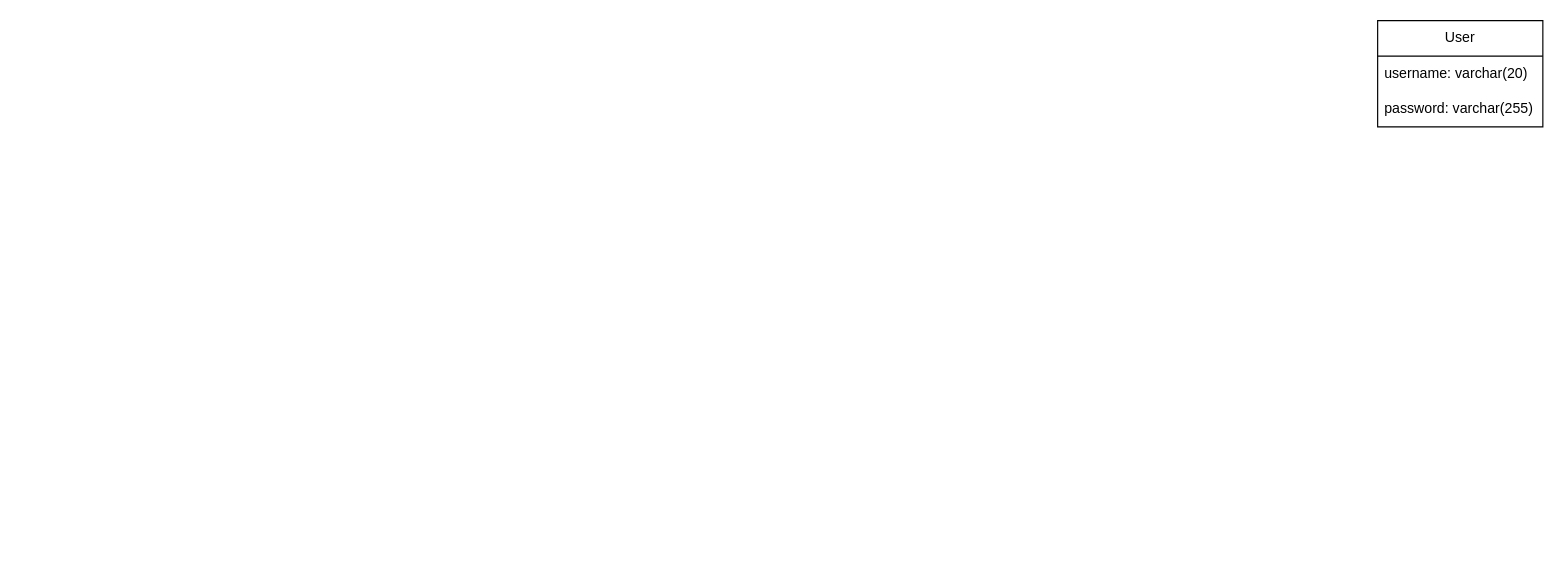
Before: drawio/datababe.drawio in Zancmok/AdvancedSpotifyDataAnalyzer, a draw.io diagram. Source tidied: cells renumbered, new cells numbered last; positions are measured from the earlier drawing's top-left corner, leaving out a move shared by most shapes. Both pictures are drawn from the tidied source at 118%, with x=0, y=0 at pixel (1377, 20).
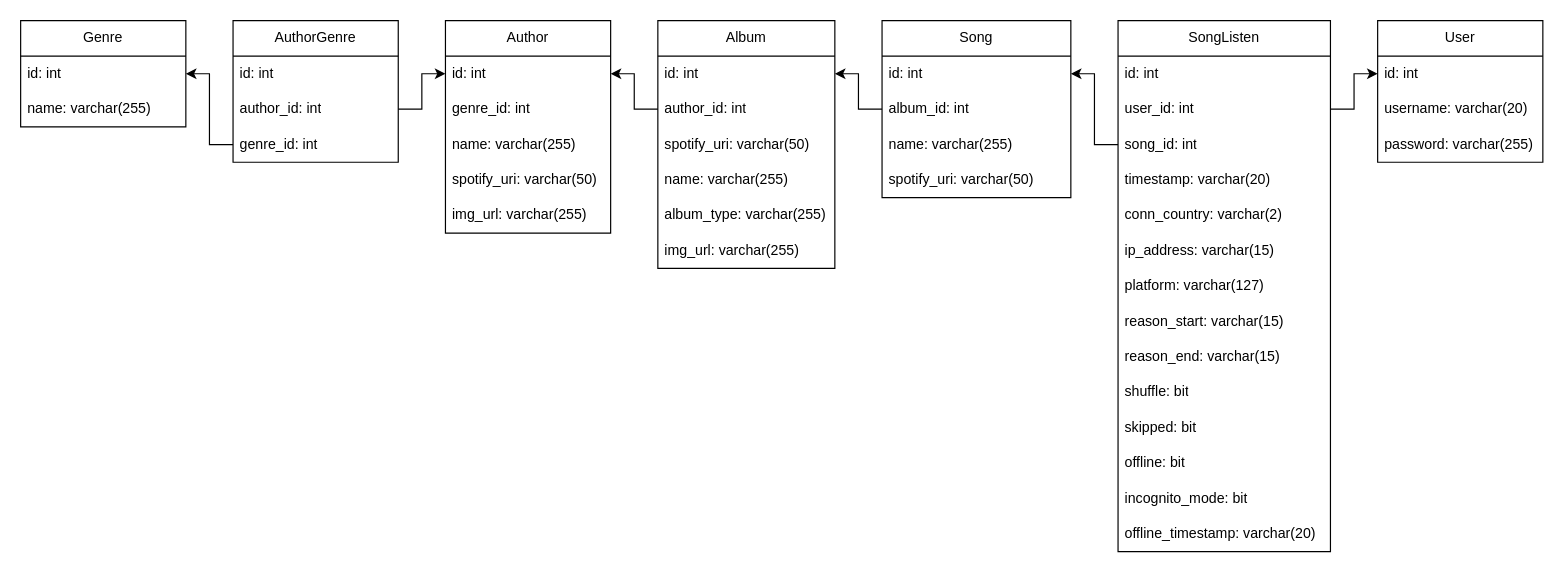
The same diagram, later.

What changed in the source:
```diff
@@
     <mxCell id="2" value="User" style="swimlane;fontStyle=0;horizontal=1;startSize=30;whiteSpace=wrap;html=1;" parent="1" vertex="1">
-      <mxGeometry width="140" height="90" as="geometry" />
+      <mxGeometry width="140" height="120" as="geometry" />
     </mxCell>
-    <mxCell id="3" value="username: varchar(20)" style="text;strokeColor=none;fillColor=none;align=left;verticalAlign=middle;spacingLeft=4;spacingRight=4;overflow=hidden;points=[[0,0.5],[1,0.5]];portConstraint=eastwest;whiteSpace=wrap;html=1;" parent="2" vertex="1">
+    <mxCell id="3" value="id: int" style="text;strokeColor=none;fillColor=none;align=left;verticalAlign=middle;spacingLeft=4;spacingRight=4;overflow=hidden;points=[[0,0.5],[1,0.5]];portConstraint=eastwest;whiteSpace=wrap;html=1;" parent="2" vertex="1">
       <mxGeometry y="30" width="140" height="30" as="geometry" />
     </mxCell>
+    <mxCell id="5" value="username: varchar(20)" style="text;strokeColor=none;fillColor=none;align=left;verticalAlign=middle;spacingLeft=4;spacingRight=4;overflow=hidden;whiteSpace=wrap;html=1;" parent="2" vertex="1">
+      <mxGeometry y="60" width="140" height="30" as="geometry" />
+    </mxCell>
     <mxCell id="4" value="password: varchar(255)" style="text;strokeColor=none;fillColor=none;align=left;verticalAlign=middle;spacingLeft=4;spacingRight=4;overflow=hidden;whiteSpace=wrap;html=1;" parent="2" vertex="1">
-      <mxGeometry y="60" width="140" height="30" as="geometry" />
+      <mxGeometry y="90" width="140" height="30" as="geometry" />
     </mxCell>
+    <mxCell id="6" value="SongListen" style="swimlane;fontStyle=0;horizontal=1;startSize=30;whiteSpace=wrap;html=1;" parent="1" vertex="1">
+      <mxGeometry x="-220" width="180" height="450" as="geometry" />
+    </mxCell>
+    <mxCell id="7" value="id: int" style="text;strokeColor=none;fillColor=none;align=left;verticalAlign=middle;spacingLeft=4;spacingRight=4;overflow=hidden;whiteSpace=wrap;html=1;" parent="6" vertex="1">
+      <mxGeometry y="30" width="180" height="30" as="geometry" />
+    </mxCell>
+    <mxCell id="8" value="user_id: int" style="text;strokeColor=none;fillColor=none;align=left;verticalAlign=middle;spacingLeft=4;spacingRight=4;overflow=hidden;points=[[0,0.5],[1,0.5]];portConstraint=eastwest;whiteSpace=wrap;html=1;" parent="6" vertex="1">
+      <mxGeometry y="60" width="180" height="30" as="geometry" />
+    </mxCell>
+    <mxCell id="9" value="song_id: int" style="text;strokeColor=none;fillColor=none;align=left;verticalAlign=middle;spacingLeft=4;spacingRight=4;overflow=hidden;points=[[0,0.5],[1,0.5]];portConstraint=eastwest;whiteSpace=wrap;html=1;" parent="6" vertex="1">
+      <mxGeometry y="90" width="180" height="30" as="geometry" />
+    </mxCell>
+    <mxCell id="10" value="timestamp: varchar(20)" style="text;strokeColor=none;fillColor=none;align=left;verticalAlign=middle;spacingLeft=4;spacingRight=4;overflow=hidden;whiteSpace=wrap;html=1;" parent="6" vertex="1">
+      <mxGeometry y="120" width="180" height="30" as="geometry" />
+    </mxCell>
+    <mxCell id="11" value="conn_country: varchar(2)" style="text;strokeColor=none;fillColor=none;align=left;verticalAlign=middle;spacingLeft=4;spacingRight=4;overflow=hidden;whiteSpace=wrap;html=1;" parent="6" vertex="1">
+      <mxGeometry y="150" width="180" height="30" as="geometry" />
+    </mxCell>
+    <mxCell id="12" value="ip_address: varchar(15)" style="text;strokeColor=none;fillColor=none;align=left;verticalAlign=middle;spacingLeft=4;spacingRight=4;overflow=hidden;whiteSpace=wrap;html=1;" parent="6" vertex="1">
+      <mxGeometry y="180" width="180" height="30" as="geometry" />
+    </mxCell>
+    <mxCell id="13" value="platform: varchar(127)" style="text;strokeColor=none;fillColor=none;align=left;verticalAlign=middle;spacingLeft=4;spacingRight=4;overflow=hidden;whiteSpace=wrap;html=1;" parent="6" vertex="1">
+      <mxGeometry y="210" width="180" height="30" as="geometry" />
+    </mxCell>
+    <mxCell id="14" value="reason_start: varchar(15)" style="text;strokeColor=none;fillColor=none;align=left;verticalAlign=middle;spacingLeft=4;spacingRight=4;overflow=hidden;whiteSpace=wrap;html=1;" parent="6" vertex="1">
+      <mxGeometry y="240" width="180" height="30" as="geometry" />
+    </mxCell>
+    <mxCell id="15" value="reason_end: varchar(15)" style="text;strokeColor=none;fillColor=none;align=left;verticalAlign=middle;spacingLeft=4;spacingRight=4;overflow=hidden;whiteSpace=wrap;html=1;" parent="6" vertex="1">
+      <mxGeometry y="270" width="180" height="30" as="geometry" />
+    </mxCell>
+    <mxCell id="16" value="shuffle: bit" style="text;strokeColor=none;fillColor=none;align=left;verticalAlign=middle;spacingLeft=4;spacingRight=4;overflow=hidden;whiteSpace=wrap;html=1;" parent="6" vertex="1">
+      <mxGeometry y="300" width="180" height="30" as="geometry" />
+    </mxCell>
+    <mxCell id="17" value="skipped: bit" style="text;strokeColor=none;fillColor=none;align=left;verticalAlign=middle;spacingLeft=4;spacingRight=4;overflow=hidden;whiteSpace=wrap;html=1;" parent="6" vertex="1">
+      <mxGeometry y="330" width="180" height="30" as="geometry" />
+    </mxCell>
+    <mxCell id="18" value="offline: bit" style="text;strokeColor=none;fillColor=none;align=left;verticalAlign=middle;spacingLeft=4;spacingRight=4;overflow=hidden;whiteSpace=wrap;html=1;" parent="6" vertex="1">
+      <mxGeometry y="360" width="180" height="30" as="geometry" />
+    </mxCell>
+    <mxCell id="19" value="incognito_mode: bit" style="text;strokeColor=none;fillColor=none;align=left;verticalAlign=middle;spacingLeft=4;spacingRight=4;overflow=hidden;whiteSpace=wrap;html=1;" parent="6" vertex="1">
+      <mxGeometry y="390" width="180" height="30" as="geometry" />
+    </mxCell>
+    <mxCell id="20" value="offline_timestamp: varchar(20)" style="text;strokeColor=none;fillColor=none;align=left;verticalAlign=middle;spacingLeft=4;spacingRight=4;overflow=hidden;whiteSpace=wrap;html=1;" parent="6" vertex="1">
+      <mxGeometry y="420" width="180" height="30" as="geometry" />
+    </mxCell>
+    <mxCell id="21" style="edgeStyle=orthogonalEdgeStyle;rounded=0;jettySize=auto;html=1;entryX=0;entryY=0.5;entryDx=0;entryDy=0;" parent="1" edge="1" source="8" target="3">
+      <mxGeometry relative="1" as="geometry" />
+    </mxCell>
+    <mxCell id="22" value="Song" style="swimlane;fontStyle=0;horizontal=1;startSize=30;whiteSpace=wrap;html=1;" parent="1" vertex="1">
+      <mxGeometry x="-420" width="160" height="150" as="geometry" />
+    </mxCell>
+    <mxCell id="23" value="id: int" style="text;strokeColor=none;fillColor=none;align=left;verticalAlign=middle;spacingLeft=4;spacingRight=4;overflow=hidden;points=[[0,0.5],[1,0.5]];portConstraint=eastwest;whiteSpace=wrap;html=1;" parent="22" vertex="1">
+      <mxGeometry y="30" width="160" height="30" as="geometry" />
+    </mxCell>
+    <mxCell id="24" value="album_id: int" style="text;strokeColor=none;fillColor=none;align=left;verticalAlign=middle;spacingLeft=4;spacingRight=4;overflow=hidden;points=[[0,0.5],[1,0.5]];portConstraint=eastwest;whiteSpace=wrap;html=1;" parent="22" vertex="1">
+      <mxGeometry y="60" width="160" height="30" as="geometry" />
+    </mxCell>
+    <mxCell id="25" value="name: varchar(255)" style="text;strokeColor=none;fillColor=none;align=left;verticalAlign=middle;spacingLeft=4;spacingRight=4;overflow=hidden;whiteSpace=wrap;html=1;" parent="22" vertex="1">
+      <mxGeometry y="90" width="160" height="30" as="geometry" />
+    </mxCell>
+    <mxCell id="26" value="spotify_uri: varchar(50)" style="text;strokeColor=none;fillColor=none;align=left;verticalAlign=middle;spacingLeft=4;spacingRight=4;overflow=hidden;whiteSpace=wrap;html=1;" parent="22" vertex="1">
+      <mxGeometry y="120" width="160" height="30" as="geometry" />
+    </mxCell>
+    <mxCell id="27" style="edgeStyle=orthogonalEdgeStyle;rounded=0;jettySize=auto;html=1;entryX=1;entryY=0.5;entryDx=0;entryDy=0;" parent="1" edge="1" source="9" target="23">
+      <mxGeometry relative="1" as="geometry" />
+    </mxCell>
+    <mxCell id="28" value="Album" style="swimlane;fontStyle=0;horizontal=1;startSize=30;whiteSpace=wrap;html=1;" parent="1" vertex="1">
+      <mxGeometry x="-610" width="150" height="210" as="geometry" />
+    </mxCell>
+    <mxCell id="29" value="id: int" style="text;strokeColor=none;fillColor=none;align=left;verticalAlign=middle;spacingLeft=4;spacingRight=4;overflow=hidden;points=[[0,0.5],[1,0.5]];portConstraint=eastwest;whiteSpace=wrap;html=1;" parent="28" vertex="1">
+      <mxGeometry y="30" width="150" height="30" as="geometry" />
+    </mxCell>
+    <mxCell id="30" value="author_id: int" style="text;strokeColor=none;fillColor=none;align=left;verticalAlign=middle;spacingLeft=4;spacingRight=4;overflow=hidden;points=[[0,0.5],[1,0.5]];portConstraint=eastwest;whiteSpace=wrap;html=1;" parent="28" vertex="1">
+      <mxGeometry y="60" width="150" height="30" as="geometry" />
+    </mxCell>
+    <mxCell id="31" value="spotify_uri: varchar(50)" style="text;strokeColor=none;fillColor=none;align=left;verticalAlign=middle;spacingLeft=4;spacingRight=4;overflow=hidden;whiteSpace=wrap;html=1;" parent="28" vertex="1">
+      <mxGeometry y="90" width="150" height="30" as="geometry" />
+    </mxCell>
+    <mxCell id="32" value="name: varchar(255)" style="text;strokeColor=none;fillColor=none;align=left;verticalAlign=middle;spacingLeft=4;spacingRight=4;overflow=hidden;whiteSpace=wrap;html=1;" parent="28" vertex="1">
+      <mxGeometry y="120" width="150" height="30" as="geometry" />
+    </mxCell>
+    <mxCell id="33" value="album_type: varchar(255)" style="text;strokeColor=none;fillColor=none;align=left;verticalAlign=middle;spacingLeft=4;spacingRight=4;overflow=hidden;whiteSpace=wrap;html=1;" parent="28" vertex="1">
+      <mxGeometry y="150" width="150" height="30" as="geometry" />
+    </mxCell>
+    <mxCell id="34" value="img_url: varchar(255)" style="text;strokeColor=none;fillColor=none;align=left;verticalAlign=middle;spacingLeft=4;spacingRight=4;overflow=hidden;whiteSpace=wrap;html=1;" parent="28" vertex="1">
+      <mxGeometry y="180" width="150" height="30" as="geometry" />
+    </mxCell>
+    <mxCell id="35" style="edgeStyle=orthogonalEdgeStyle;rounded=0;jettySize=auto;html=1;entryX=1;entryY=0.5;entryDx=0;entryDy=0;" parent="1" edge="1" source="24" target="29">
+      <mxGeometry relative="1" as="geometry" />
+    </mxCell>
+    <mxCell id="36" value="Author" style="swimlane;fontStyle=0;horizontal=1;startSize=30;whiteSpace=wrap;html=1;" parent="1" vertex="1">
+      <mxGeometry x="-790" width="140" height="180" as="geometry" />
+    </mxCell>
+    <mxCell id="37" value="id: int" style="text;strokeColor=none;fillColor=none;align=left;verticalAlign=middle;spacingLeft=4;spacingRight=4;overflow=hidden;points=[[0,0.5],[1,0.5]];portConstraint=eastwest;whiteSpace=wrap;html=1;" parent="36" vertex="1">
+      <mxGeometry y="30" width="140" height="30" as="geometry" />
+    </mxCell>
+    <mxCell id="38" value="genre_id: int" style="text;strokeColor=none;fillColor=none;align=left;verticalAlign=middle;spacingLeft=4;spacingRight=4;overflow=hidden;whiteSpace=wrap;html=1;" parent="36" vertex="1">
+      <mxGeometry y="60" width="140" height="30" as="geometry" />
+    </mxCell>
+    <mxCell id="39" value="name: varchar(255)" style="text;strokeColor=none;fillColor=none;align=left;verticalAlign=middle;spacingLeft=4;spacingRight=4;overflow=hidden;whiteSpace=wrap;html=1;" parent="36" vertex="1">
+      <mxGeometry y="90" width="140" height="30" as="geometry" />
+    </mxCell>
+    <mxCell id="40" value="spotify_uri: varchar(50)" style="text;strokeColor=none;fillColor=none;align=left;verticalAlign=middle;spacingLeft=4;spacingRight=4;overflow=hidden;whiteSpace=wrap;html=1;" parent="36" vertex="1">
+      <mxGeometry y="120" width="140" height="30" as="geometry" />
+    </mxCell>
+    <mxCell id="41" value="img_url: varchar(255)" style="text;strokeColor=none;fillColor=none;align=left;verticalAlign=middle;spacingLeft=4;spacingRight=4;overflow=hidden;whiteSpace=wrap;html=1;" parent="36" vertex="1">
+      <mxGeometry y="150" width="140" height="30" as="geometry" />
+    </mxCell>
+    <mxCell id="42" style="edgeStyle=orthogonalEdgeStyle;rounded=0;jettySize=auto;html=1;entryX=1;entryY=0.5;entryDx=0;entryDy=0;" parent="1" edge="1" source="30" target="37">
+      <mxGeometry relative="1" as="geometry" />
+    </mxCell>
+    <mxCell id="43" value="Genre" style="swimlane;fontStyle=0;horizontal=1;startSize=30;whiteSpace=wrap;html=1;" parent="1" vertex="1">
+      <mxGeometry x="-1150" width="140" height="90" as="geometry" />
+    </mxCell>
+    <mxCell id="44" value="id: int" style="text;strokeColor=none;fillColor=none;align=left;verticalAlign=middle;spacingLeft=4;spacingRight=4;overflow=hidden;points=[[0,0.5],[1,0.5]];portConstraint=eastwest;whiteSpace=wrap;html=1;" parent="43" vertex="1">
+      <mxGeometry y="30" width="140" height="30" as="geometry" />
+    </mxCell>
+    <mxCell id="45" value="name: varchar(255)" style="text;strokeColor=none;fillColor=none;align=left;verticalAlign=middle;spacingLeft=4;spacingRight=4;overflow=hidden;whiteSpace=wrap;html=1;" parent="43" vertex="1">
+      <mxGeometry y="60" width="140" height="30" as="geometry" />
+    </mxCell>
+    <mxCell id="46" value="AuthorGenre" style="swimlane;fontStyle=0;horizontal=1;startSize=30;whiteSpace=wrap;html=1;" parent="1" vertex="1">
+      <mxGeometry x="-970" width="140" height="120" as="geometry" />
+    </mxCell>
+    <mxCell id="47" value="id: int" style="text;strokeColor=none;fillColor=none;align=left;verticalAlign=middle;spacingLeft=4;spacingRight=4;overflow=hidden;whiteSpace=wrap;html=1;" parent="46" vertex="1">
+      <mxGeometry y="30" width="140" height="30" as="geometry" />
+    </mxCell>
+    <mxCell id="48" value="author_id: int" style="text;strokeColor=none;fillColor=none;align=left;verticalAlign=middle;spacingLeft=4;spacingRight=4;overflow=hidden;points=[[0,0.5],[1,0.5]];portConstraint=eastwest;whiteSpace=wrap;html=1;" parent="46" vertex="1">
+      <mxGeometry y="60" width="140" height="30" as="geometry" />
+    </mxCell>
+    <mxCell id="49" value="genre_id: int" style="text;strokeColor=none;fillColor=none;align=left;verticalAlign=middle;spacingLeft=4;spacingRight=4;overflow=hidden;points=[[0,0.5],[1,0.5]];portConstraint=eastwest;whiteSpace=wrap;html=1;" parent="46" vertex="1">
+      <mxGeometry y="90" width="140" height="30" as="geometry" />
+    </mxCell>
+    <mxCell id="50" style="edgeStyle=orthogonalEdgeStyle;rounded=0;jettySize=auto;html=1;entryX=1;entryY=0.5;entryDx=0;entryDy=0;" parent="1" edge="1" source="49" target="44">
+      <mxGeometry relative="1" as="geometry" />
+    </mxCell>
+    <mxCell id="51" style="edgeStyle=orthogonalEdgeStyle;rounded=0;jettySize=auto;html=1;entryX=0;entryY=0.5;entryDx=0;entryDy=0;" parent="1" edge="1" source="48" target="37">
+      <mxGeometry relative="1" as="geometry" />
+    </mxCell>
```
